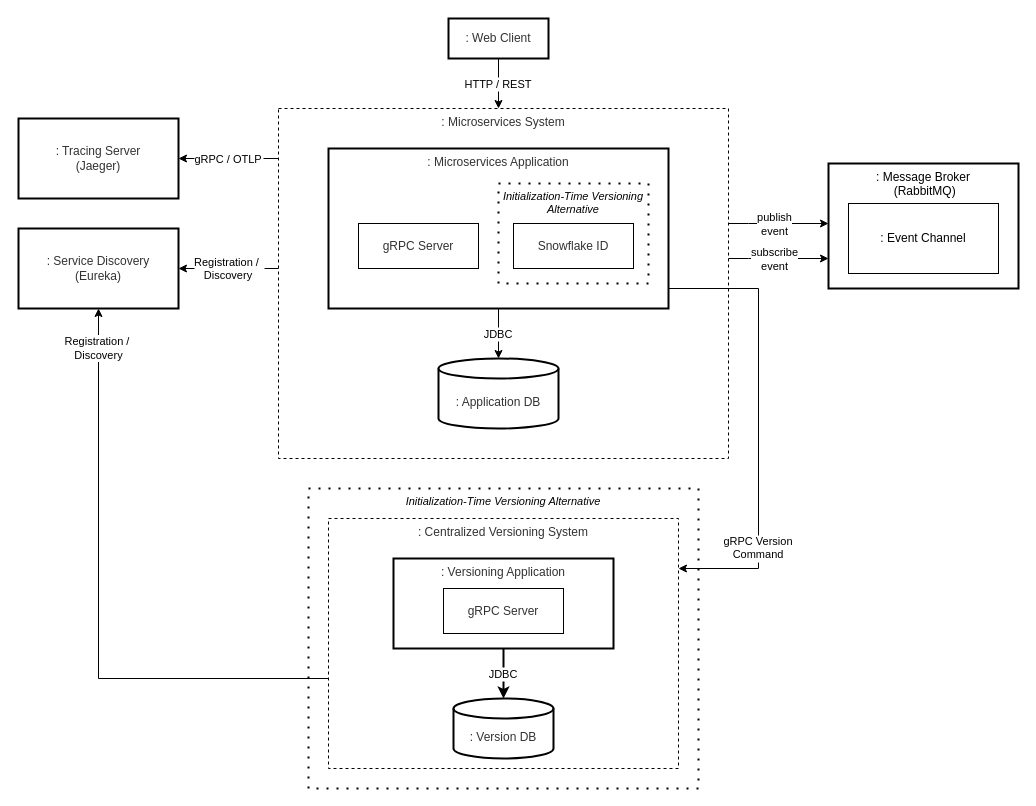
The draw.io diagram data/figs/architecture/topology_grpc.drawio in socialsoftware/microservices-simulator, before the edit. Source tidied: cells renumbered, new cells numbered last; positions are measured from the earlier drawing's top-left corner, leaving out a move shared by most shapes. Both pictures are drawn from the tidied source at 100%, with x=0, y=0 at pixel (18, 18).
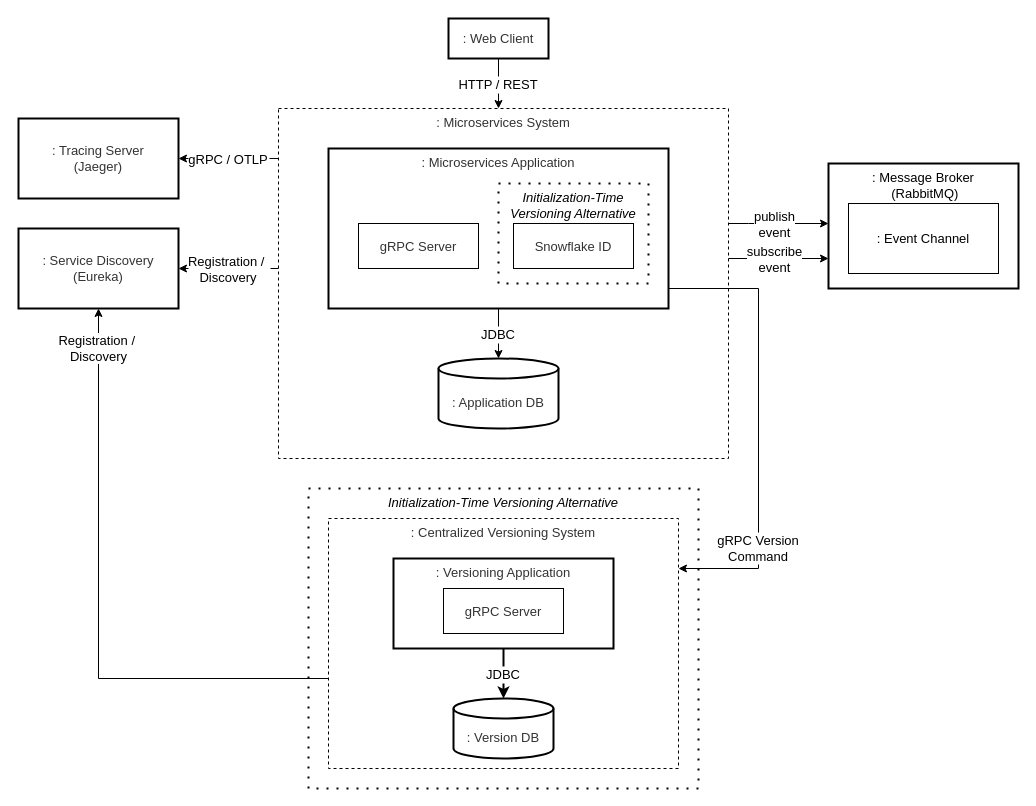
The same diagram, later.

What changed in the source:
```diff
@@
-    <mxCell id="2" value=": Message Broker&lt;div&gt;&amp;nbsp;(RabbitMQ)&lt;/div&gt;" style="whiteSpace=wrap;html=1;verticalAlign=top;strokeWidth=2;" parent="1" vertex="1">
+    <mxCell id="2" value=": Message Broker&lt;div&gt;&amp;nbsp;(RabbitMQ)&lt;/div&gt;" style="whiteSpace=wrap;html=1;verticalAlign=top;strokeWidth=2;fontSize=13;" parent="1" vertex="1">
       <mxGeometry x="810" y="145" width="190" height="125" as="geometry" />
     </mxCell>
-    <mxCell id="3" value=": Event Channel" style="whiteSpace=wrap;html=1;" parent="1" vertex="1">
+    <mxCell id="3" value=": Event Channel" style="whiteSpace=wrap;html=1;fontSize=13;" parent="1" vertex="1">
       <mxGeometry x="830" y="185" width="150" height="70" as="geometry" />
     </mxCell>
-    <mxCell id="4" style="edgeStyle=orthogonalEdgeStyle;rounded=0;jettySize=auto;html=1;endArrow=classic;endFill=1;" parent="1" edge="1" source="6" target="2">
+    <mxCell id="4" style="edgeStyle=orthogonalEdgeStyle;rounded=0;jettySize=auto;html=1;endArrow=classic;endFill=1;fontSize=13;" parent="1" edge="1" source="6" target="2">
       <mxGeometry relative="1" as="geometry">
         <Array as="points">
           <mxPoint x="730" y="205" />
           <mxPoint x="730" y="205" />
         </Array>
       </mxGeometry>
     </mxCell>
-    <mxCell id="5" value="publish&lt;div&gt;event&lt;/div&gt;" style="edgeLabel;html=1;align=center;verticalAlign=middle;" parent="4" vertex="1">
+    <mxCell id="5" value="publish&lt;div&gt;event&lt;/div&gt;" style="edgeLabel;html=1;align=center;verticalAlign=middle;fontSize=13;" parent="4" vertex="1">
       <mxGeometry x="-0.15" y="-3" relative="1" as="geometry">
         <mxPoint x="2" y="-3" as="offset" />
       </mxGeometry>
     </mxCell>
-    <mxCell id="6" value=": Microservices System" style="whiteSpace=wrap;strokeWidth=1;verticalAlign=top;fillColor=default;strokeColor=#000000;fontColor=light-dark(#333333,#cccccc);dashed=1;dashPattern=3 3;" parent="1" vertex="1">
+    <mxCell id="6" value=": Microservices System" style="whiteSpace=wrap;strokeWidth=1;verticalAlign=top;fillColor=default;strokeColor=#000000;fontColor=light-dark(#333333,#cccccc);dashed=1;dashPattern=3 3;fontSize=13;" parent="1" vertex="1">
       <mxGeometry x="260" y="90" width="450" height="350" as="geometry" />
     </mxCell>
-    <mxCell id="7" value="Initialization-Time Versioning Alternative" style="whiteSpace=wrap;strokeWidth=2;dashed=1;dashPattern=1 4;verticalAlign=top;fontStyle=2;fontSize=11;" parent="1" vertex="1">
+    <mxCell id="7" value="Initialization-Time Versioning Alternative" style="whiteSpace=wrap;strokeWidth=2;dashed=1;dashPattern=1 4;verticalAlign=top;fontStyle=2;fontSize=13;" parent="1" vertex="1">
       <mxGeometry x="290" y="470" width="390" height="300" as="geometry" />
     </mxCell>
-    <mxCell id="8" style="edgeStyle=orthogonalEdgeStyle;rounded=0;jettySize=auto;html=1;endArrow=classic;endFill=1;" parent="1" edge="1" source="10" target="12">
+    <mxCell id="8" style="edgeStyle=orthogonalEdgeStyle;rounded=0;jettySize=auto;html=1;endArrow=classic;endFill=1;fontSize=13;" parent="1" edge="1" source="10" target="12">
       <mxGeometry relative="1" as="geometry">
         <Array as="points">
           <mxPoint x="80" y="660" />
         </Array>
       </mxGeometry>
     </mxCell>
-    <mxCell id="9" value="Registration /&amp;nbsp;&lt;br style=&quot;padding: 0px; margin: 0px;&quot;&gt;Discovery" style="edgeLabel;html=1;align=center;verticalAlign=middle;" parent="8" vertex="1">
+    <mxCell id="9" value="Registration /&amp;nbsp;&lt;br style=&quot;padding: 0px; margin: 0px;&quot;&gt;Discovery" style="edgeLabel;html=1;align=center;verticalAlign=middle;fontSize=13;" parent="8" vertex="1">
       <mxGeometry x="0.87" y="1" relative="1" as="geometry" />
     </mxCell>
-    <mxCell id="10" value=": Centralized Versioning System" style="whiteSpace=wrap;strokeWidth=1;verticalAlign=top;fillColor=default;strokeColor=#000000;fontColor=light-dark(#333333,#cccccc);dashed=1;dashPattern=3 3;" parent="1" vertex="1">
+    <mxCell id="10" value=": Centralized Versioning System" style="whiteSpace=wrap;strokeWidth=1;verticalAlign=top;fillColor=default;strokeColor=#000000;fontColor=light-dark(#333333,#cccccc);dashed=1;dashPattern=3 3;fontSize=13;" parent="1" vertex="1">
       <mxGeometry x="310" y="500" width="350" height="250" as="geometry" />
     </mxCell>
-    <mxCell id="11" value=": Web Client" style="whiteSpace=wrap;strokeWidth=2;fillColor=#ffffff;strokeColor=#000000;fontColor=light-dark(#333333,#cccccc);" parent="1" vertex="1">
+    <mxCell id="11" value=": Web Client" style="whiteSpace=wrap;strokeWidth=2;fillColor=#ffffff;strokeColor=#000000;fontColor=light-dark(#333333,#cccccc);fontSize=13;" parent="1" vertex="1">
       <mxGeometry x="430" width="100" height="40" as="geometry" />
     </mxCell>
-    <mxCell id="12" value=": Service Discovery&#10;(Eureka)" style="whiteSpace=wrap;strokeWidth=2;fillColor=#ffffff;strokeColor=#000000;fontColor=light-dark(#333333,#cccccc);" parent="1" vertex="1">
+    <mxCell id="12" value=": Service Discovery&#10;(Eureka)" style="whiteSpace=wrap;strokeWidth=2;fillColor=#ffffff;strokeColor=#000000;fontColor=light-dark(#333333,#cccccc);fontSize=13;" parent="1" vertex="1">
       <mxGeometry y="210" width="160" height="80" as="geometry" />
     </mxCell>
-    <mxCell id="13" value=": Tracing Server&#10;(Jaeger)" style="whiteSpace=wrap;strokeWidth=2;fillColor=#ffffff;strokeColor=#000000;fontColor=light-dark(#333333,#cccccc);" parent="1" vertex="1">
+    <mxCell id="13" value=": Tracing Server&#10;(Jaeger)" style="whiteSpace=wrap;strokeWidth=2;fillColor=#ffffff;strokeColor=#000000;fontColor=light-dark(#333333,#cccccc);fontSize=13;" parent="1" vertex="1">
       <mxGeometry y="100" width="160" height="80" as="geometry" />
     </mxCell>
-    <mxCell id="14" value="HTTP / REST" style="startArrow=none;endArrow=classic;exitX=0.5;exitY=1;rounded=0;edgeStyle=orthogonalEdgeStyle;endFill=1;" parent="1" edge="1" source="11" target="6">
+    <mxCell id="14" value="HTTP / REST" style="startArrow=none;endArrow=classic;exitX=0.5;exitY=1;rounded=0;edgeStyle=orthogonalEdgeStyle;endFill=1;fontSize=13;" parent="1" edge="1" source="11" target="6">
       <mxGeometry relative="1" as="geometry">
         <Array as="points">
           <mxPoint x="480" y="70" />
           <mxPoint x="480" y="70" />
         </Array>
       </mxGeometry>
     </mxCell>
-    <mxCell id="15" value="gRPC Version&#10;Command" style="startArrow=none;endArrow=classic;strokeWidth=1;rounded=0;edgeStyle=orthogonalEdgeStyle;startFill=0;endSize=6;endFill=1;" parent="1" edge="1" source="21" target="10">
+    <mxCell id="15" value="gRPC Version&#10;Command" style="startArrow=none;endArrow=classic;strokeWidth=1;rounded=0;edgeStyle=orthogonalEdgeStyle;startFill=0;endSize=6;endFill=1;fontSize=13;" parent="1" edge="1" source="21" target="10">
       <mxGeometry x="0.55" relative="1" as="geometry">
         <Array as="points">
           <mxPoint x="740" y="270" />
           <mxPoint x="740" y="550" />
         </Array>
       </mxGeometry>
     </mxCell>
-    <mxCell id="16" value="Registration / &#10;Discovery" style="startArrow=none;endArrow=classic;rounded=0;edgeStyle=orthogonalEdgeStyle;endFill=1;" parent="1" edge="1" source="6" target="12">
+    <mxCell id="16" value="Registration / &#10;Discovery" style="startArrow=none;endArrow=classic;rounded=0;edgeStyle=orthogonalEdgeStyle;endFill=1;fontSize=13;" parent="1" edge="1" source="6" target="12">
       <mxGeometry relative="1" as="geometry">
         <Array as="points">
           <mxPoint x="230" y="250" />
           <mxPoint x="230" y="250" />
         </Array>
       </mxGeometry>
     </mxCell>
-    <mxCell id="17" value="gRPC / OTLP" style="startArrow=none;endArrow=classic;rounded=0;edgeStyle=orthogonalEdgeStyle;endFill=1;" parent="1" edge="1" source="6" target="13">
+    <mxCell id="17" value="gRPC / OTLP" style="startArrow=none;endArrow=classic;rounded=0;edgeStyle=orthogonalEdgeStyle;endFill=1;fontSize=13;" parent="1" edge="1" source="6" target="13">
       <mxGeometry relative="1" as="geometry">
         <Array as="points">
           <mxPoint x="240" y="140" />
           <mxPoint x="240" y="140" />
         </Array>
       </mxGeometry>
     </mxCell>
-    <mxCell id="18" value=": Versioning Application" style="whiteSpace=wrap;strokeWidth=2;fillColor=#ffffff;strokeColor=#000000;fontColor=light-dark(#333333,#cccccc);verticalAlign=top;" parent="1" vertex="1">
+    <mxCell id="18" value=": Versioning Application" style="whiteSpace=wrap;strokeWidth=2;fillColor=#ffffff;strokeColor=#000000;fontColor=light-dark(#333333,#cccccc);verticalAlign=top;fontSize=13;" parent="1" vertex="1">
       <mxGeometry x="375" y="540" width="220" height="90" as="geometry" />
     </mxCell>
-    <mxCell id="19" value=": Version DB" style="shape=cylinder3;boundedLbl=1;backgroundOutline=1;size=10;strokeWidth=2;whiteSpace=wrap;fillColor=#ffffff;strokeColor=#000000;fontColor=light-dark(#333333,#cccccc);" parent="1" vertex="1">
+    <mxCell id="19" value=": Version DB" style="shape=cylinder3;boundedLbl=1;backgroundOutline=1;size=10;strokeWidth=2;whiteSpace=wrap;fillColor=#ffffff;strokeColor=#000000;fontColor=light-dark(#333333,#cccccc);fontSize=13;" parent="1" vertex="1">
       <mxGeometry x="435" y="680" width="100" height="60" as="geometry" />
     </mxCell>
-    <mxCell id="20" value="JDBC" style="startArrow=none;endArrow=classic;strokeWidth=2;exitX=0.5;exitY=0.99;entryX=0.5;entryY=-0.01;rounded=0;edgeStyle=orthogonalEdgeStyle;endFill=1;" parent="1" edge="1" source="18" target="19">
+    <mxCell id="20" value="JDBC" style="startArrow=none;endArrow=classic;strokeWidth=2;exitX=0.5;exitY=0.99;entryX=0.5;entryY=-0.01;rounded=0;edgeStyle=orthogonalEdgeStyle;endFill=1;fontSize=13;" parent="1" edge="1" source="18" target="19">
       <mxGeometry relative="1" as="geometry" />
     </mxCell>
-    <mxCell id="21" value=": Microservices Application" style="whiteSpace=wrap;strokeWidth=2;fillColor=#ffffff;strokeColor=#000000;fontColor=light-dark(#333333,#cccccc);verticalAlign=top;" parent="1" vertex="1">
+    <mxCell id="21" value=": Microservices Application" style="whiteSpace=wrap;strokeWidth=2;fillColor=#ffffff;strokeColor=#000000;fontColor=light-dark(#333333,#cccccc);verticalAlign=top;fontSize=13;" parent="1" vertex="1">
       <mxGeometry x="310" y="130" width="340" height="160" as="geometry" />
     </mxCell>
-    <mxCell id="22" value="gRPC Server" style="whiteSpace=wrap;strokeWidth=1;fillColor=#ffffff;strokeColor=#000000;fontColor=light-dark(#333333,#cccccc);" parent="1" vertex="1">
+    <mxCell id="22" value="gRPC Server" style="whiteSpace=wrap;strokeWidth=1;fillColor=#ffffff;strokeColor=#000000;fontColor=light-dark(#333333,#cccccc);fontSize=13;" parent="1" vertex="1">
       <mxGeometry x="340" y="205" width="120" height="45" as="geometry" />
     </mxCell>
-    <mxCell id="23" value=": Application DB" style="shape=cylinder3;boundedLbl=1;backgroundOutline=1;size=10;strokeWidth=2;whiteSpace=wrap;fillColor=#ffffff;strokeColor=#000000;fontColor=light-dark(#333333,#cccccc);" parent="1" vertex="1">
+    <mxCell id="23" value=": Application DB" style="shape=cylinder3;boundedLbl=1;backgroundOutline=1;size=10;strokeWidth=2;whiteSpace=wrap;fillColor=#ffffff;strokeColor=#000000;fontColor=light-dark(#333333,#cccccc);fontSize=13;" parent="1" vertex="1">
       <mxGeometry x="420" y="340" width="120" height="70" as="geometry" />
     </mxCell>
-    <mxCell id="24" value="JDBC" style="startArrow=none;endArrow=classic;strokeWidth=1;entryX=0.5;entryY=-0.01;rounded=0;edgeStyle=orthogonalEdgeStyle;endFill=1;" parent="1" edge="1" source="21" target="23">
+    <mxCell id="24" value="JDBC" style="startArrow=none;endArrow=classic;strokeWidth=1;entryX=0.5;entryY=-0.01;rounded=0;edgeStyle=orthogonalEdgeStyle;endFill=1;fontSize=13;" parent="1" edge="1" source="21" target="23">
       <mxGeometry relative="1" as="geometry">
         <Array as="points">
           <mxPoint x="590" y="210" />
           <mxPoint x="590" y="210" />
         </Array>
       </mxGeometry>
     </mxCell>
-    <mxCell id="25" style="edgeStyle=orthogonalEdgeStyle;rounded=0;jettySize=auto;html=1;endArrow=classic;endFill=1;" parent="1" edge="1" source="6" target="2">
+    <mxCell id="25" style="edgeStyle=orthogonalEdgeStyle;rounded=0;jettySize=auto;html=1;endArrow=classic;endFill=1;fontSize=13;" parent="1" edge="1" source="6" target="2">
       <mxGeometry relative="1" as="geometry">
         <Array as="points">
           <mxPoint x="730" y="240" />
           <mxPoint x="730" y="240" />
         </Array>
       </mxGeometry>
     </mxCell>
-    <mxCell id="26" value="subscribe&lt;div&gt;event&lt;/div&gt;" style="edgeLabel;html=1;align=center;verticalAlign=middle;" parent="25" vertex="1">
+    <mxCell id="26" value="subscribe&lt;div&gt;event&lt;/div&gt;" style="edgeLabel;html=1;align=center;verticalAlign=middle;fontSize=13;" parent="25" vertex="1">
       <mxGeometry x="-0.15" y="-3" relative="1" as="geometry">
         <mxPoint x="2" y="-3" as="offset" />
       </mxGeometry>
     </mxCell>
-    <mxCell id="27" value="Initialization-Time Versioning Alternative" style="whiteSpace=wrap;strokeWidth=2;fillColor=default;strokeColor=#000000;fontColor=default;dashed=1;dashPattern=1 4;verticalAlign=top;fontStyle=2;fontSize=11;" parent="1" vertex="1">
+    <mxCell id="27" value="Initialization-Time Versioning Alternative" style="whiteSpace=wrap;strokeWidth=2;fillColor=default;strokeColor=#000000;fontColor=default;dashed=1;dashPattern=1 4;verticalAlign=top;fontStyle=2;fontSize=13;" parent="1" vertex="1">
       <mxGeometry x="480" y="165" width="150" height="100" as="geometry" />
     </mxCell>
-    <mxCell id="28" value="Snowflake ID" style="whiteSpace=wrap;strokeWidth=1;fillColor=#ffffff;strokeColor=#000000;fontColor=light-dark(#333333,#cccccc);" parent="1" vertex="1">
+    <mxCell id="28" value="Snowflake ID" style="whiteSpace=wrap;strokeWidth=1;fillColor=#ffffff;strokeColor=#000000;fontColor=light-dark(#333333,#cccccc);fontSize=13;" parent="1" vertex="1">
       <mxGeometry x="495" y="205" width="120" height="45" as="geometry" />
     </mxCell>
-    <mxCell id="29" value="gRPC Server" style="whiteSpace=wrap;strokeWidth=1;fillColor=#ffffff;strokeColor=#000000;fontColor=light-dark(#333333,#cccccc);" parent="1" vertex="1">
+    <mxCell id="29" value="gRPC Server" style="whiteSpace=wrap;strokeWidth=1;fillColor=#ffffff;strokeColor=#000000;fontColor=light-dark(#333333,#cccccc);fontSize=13;" parent="1" vertex="1">
       <mxGeometry x="425" y="570" width="120" height="45" as="geometry" />
     </mxCell>
```
